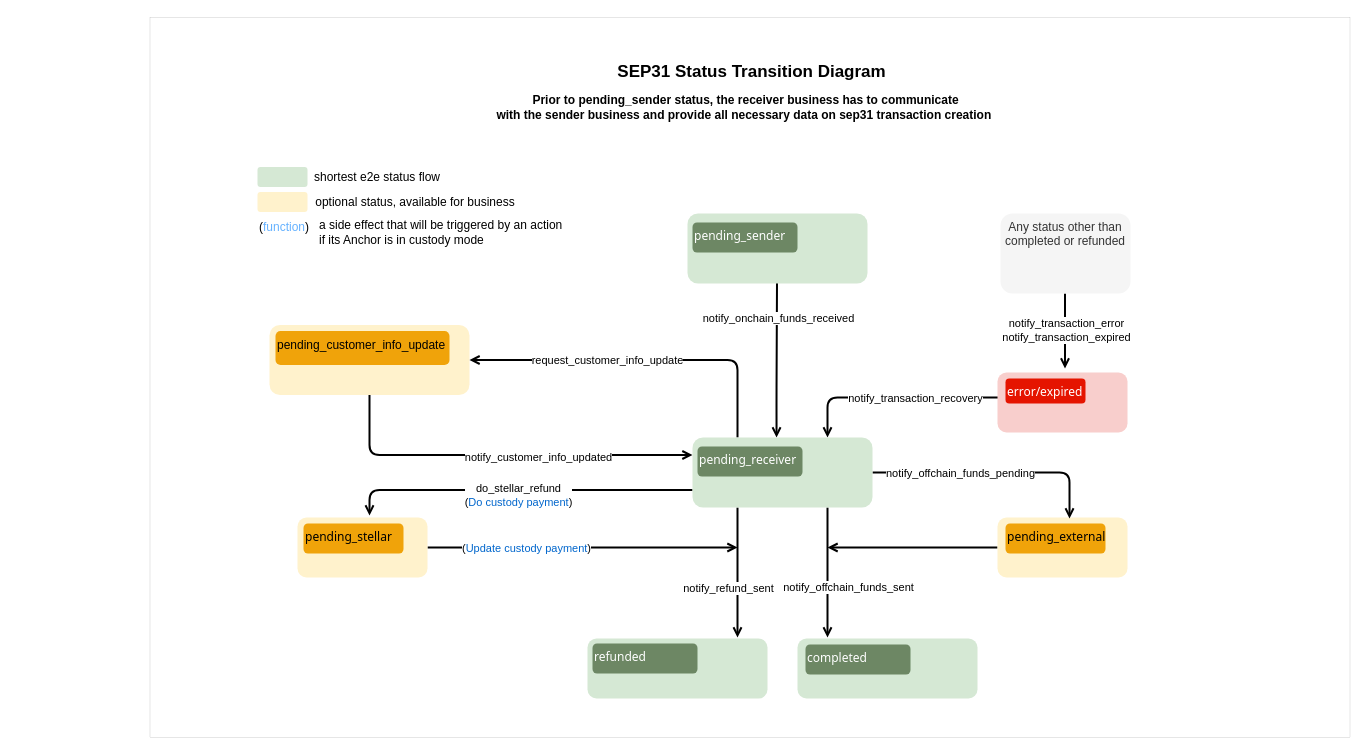
Above: page "Sep31 v0.2" (3 of 5) of static/definitions/sep6_24_31_status_transition_diagrams.drawio in stellar/stellar-docs (draw.io), before the change. Source tidied: cells renumbered, new cells numbered last; positions are measured from the earlier drawing's top-left corner, leaving out a move shared by most shapes. Both pictures are drawn from the tidied source at 100%, with x=0, y=0 at pixel (17, 17).
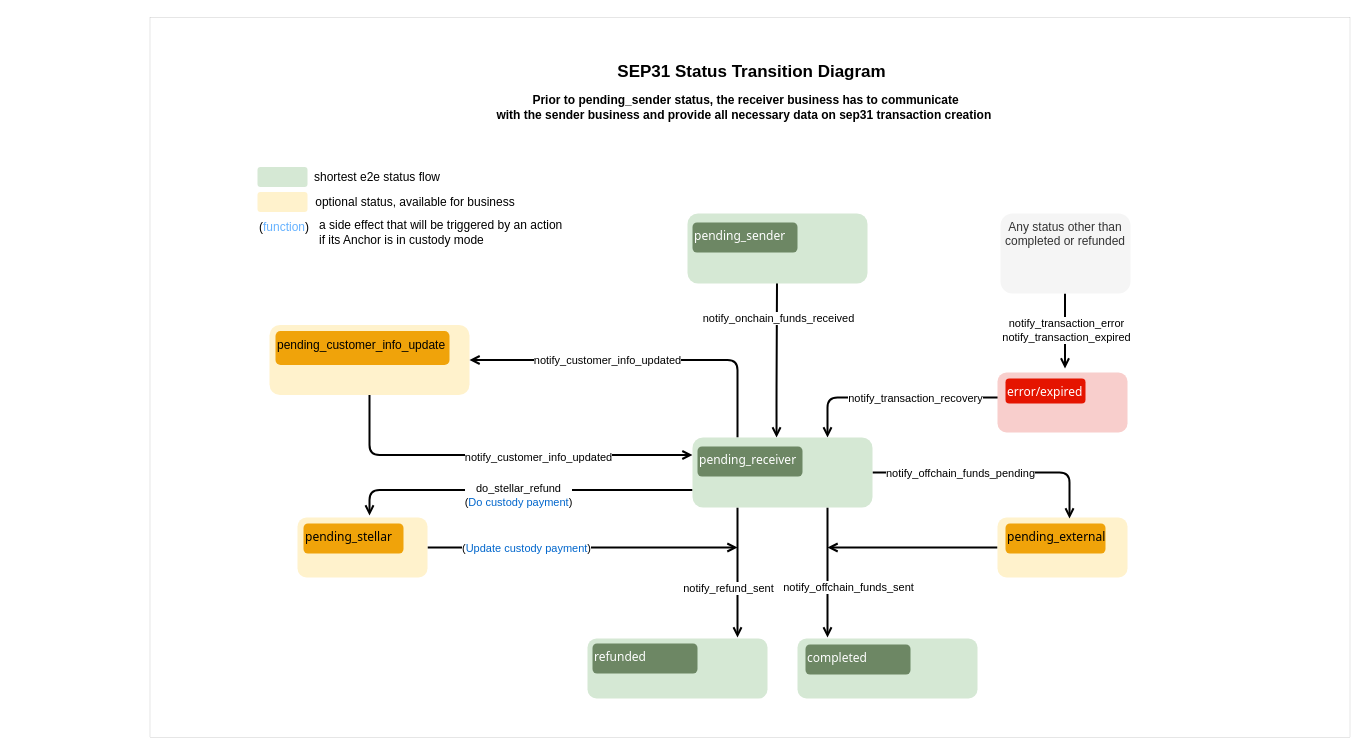
After the change.

Unchanged cells that the change refers to:
```xml
<mxCell id="44" style="edgeStyle=orthogonalEdgeStyle;rounded=1;jettySize=auto;html=1;exitX=0.25;exitY=0;exitDx=0;exitDy=0;entryX=1;entryY=0.5;entryDx=0;entryDy=0;strokeWidth=2;endArrow=open;endFill=0;" parent="1" edge="1" source="48" target="40">
  <mxGeometry relative="1" as="geometry" />
</mxCell>
```

The edit, as a diff of the source:
```diff
@@
-    <mxCell id="45" value="request_customer_info_update" style="edgeLabel;html=1;align=center;verticalAlign=middle;" parent="44" vertex="1">
+    <mxCell id="45" value="notify_customer_info_updated" style="edgeLabel;html=1;align=center;verticalAlign=middle;" parent="44" vertex="1">
       <mxGeometry x="0.49" y="3" relative="1" as="geometry">
         <mxPoint x="49" y="-3" as="offset" />
       </mxGeometry>
     </mxCell>
```
